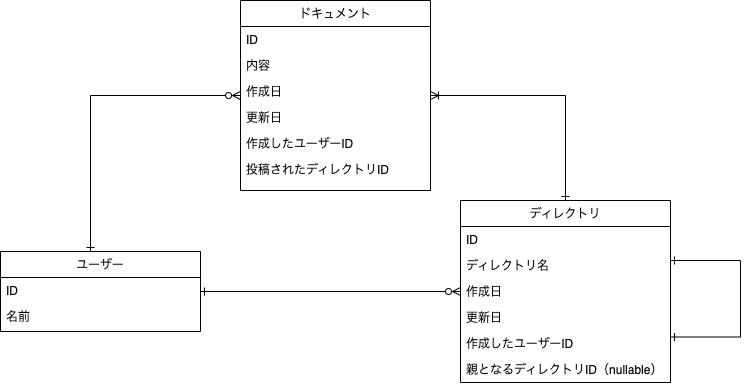
Earlier version of the draw.io export db/db-modeling-3/DB3 Diagram task1.drawio.png (yuikoito/PrAhaChallenge). Source tidied: cells renumbered, new cells last; positions are measured from the earlier drawing's top-left corner, leaving out a move shared by most shapes. Its diagram source:
```xml
<mxGraphModel>
  <root>
    <mxCell id="0" />
    <mxCell id="1" parent="0" />
    <mxCell id="2" style="edgeStyle=orthogonalEdgeStyle;rounded=0;jettySize=auto;html=1;startArrow=ERone;startFill=0;endArrow=ERzeroToMany;endFill=0;" parent="1" edge="1" source="4" target="15">
      <mxGeometry relative="1" as="geometry" />
    </mxCell>
    <mxCell id="3" style="edgeStyle=orthogonalEdgeStyle;rounded=0;jettySize=auto;html=1;startArrow=ERone;startFill=0;endArrow=ERzeroToMany;endFill=0;" parent="1" edge="1" source="4" target="8">
      <mxGeometry relative="1" as="geometry">
        <Array as="points">
          <mxPoint x="90" y="95" />
        </Array>
      </mxGeometry>
    </mxCell>
    <mxCell id="4" value="ユーザー" style="swimlane;fontStyle=0;align=center;verticalAlign=top;horizontal=1;startSize=26;rounded=0;shadow=0;strokeWidth=1;" parent="1" vertex="1">
      <mxGeometry y="251" width="200" height="80" as="geometry" />
    </mxCell>
    <mxCell id="5" value="ID" style="text;align=left;verticalAlign=top;spacingLeft=4;spacingRight=4;overflow=hidden;" parent="4" vertex="1">
      <mxGeometry y="26" width="200" height="26" as="geometry" />
    </mxCell>
    <mxCell id="6" value="名前" style="text;align=left;verticalAlign=top;spacingLeft=4;spacingRight=4;overflow=hidden;rounded=0;shadow=0;html=0;" parent="4" vertex="1">
      <mxGeometry y="52" width="200" height="26" as="geometry" />
    </mxCell>
    <mxCell id="7" style="edgeStyle=orthogonalEdgeStyle;rounded=0;jettySize=auto;html=1;startArrow=ERoneToMany;startFill=0;endArrow=ERone;endFill=0;" parent="1" edge="1" source="8" target="15">
      <mxGeometry relative="1" as="geometry" />
    </mxCell>
    <mxCell id="8" value="ドキュメント" style="swimlane;fontStyle=0;align=center;verticalAlign=top;horizontal=1;startSize=26;rounded=0;shadow=0;strokeWidth=1;" parent="1" vertex="1">
      <mxGeometry x="240" width="190" height="190" as="geometry" />
    </mxCell>
    <mxCell id="9" value="ID" style="text;align=left;verticalAlign=top;spacingLeft=4;spacingRight=4;overflow=hidden;" parent="8" vertex="1">
      <mxGeometry y="26" width="190" height="26" as="geometry" />
    </mxCell>
    <mxCell id="10" value="内容" style="text;align=left;verticalAlign=top;spacingLeft=4;spacingRight=4;overflow=hidden;" parent="8" vertex="1">
      <mxGeometry y="52" width="190" height="26" as="geometry" />
    </mxCell>
    <mxCell id="11" value="作成日" style="text;align=left;verticalAlign=top;spacingLeft=4;spacingRight=4;overflow=hidden;rounded=0;shadow=0;html=0;" parent="8" vertex="1">
      <mxGeometry y="78" width="190" height="26" as="geometry" />
    </mxCell>
    <mxCell id="12" value="更新日&#10;" style="text;align=left;verticalAlign=top;spacingLeft=4;spacingRight=4;overflow=hidden;rounded=0;shadow=0;html=0;" parent="8" vertex="1">
      <mxGeometry y="104" width="190" height="26" as="geometry" />
    </mxCell>
    <mxCell id="13" value="作成したユーザーID" style="text;align=left;verticalAlign=top;spacingLeft=4;spacingRight=4;overflow=hidden;" parent="8" vertex="1">
      <mxGeometry y="130" width="190" height="26" as="geometry" />
    </mxCell>
    <mxCell id="14" value="投稿されたディレクトリID" style="text;align=left;verticalAlign=top;spacingLeft=4;spacingRight=4;overflow=hidden;" parent="8" vertex="1">
      <mxGeometry y="156" width="190" height="30" as="geometry" />
    </mxCell>
    <mxCell id="15" value="ディレクトリ" style="swimlane;fontStyle=0;align=center;verticalAlign=top;horizontal=1;startSize=26;rounded=0;shadow=0;strokeWidth=1;" parent="1" vertex="1">
      <mxGeometry x="460" y="200" width="210" height="182" as="geometry" />
    </mxCell>
    <mxCell id="16" value="ID" style="text;align=left;verticalAlign=top;spacingLeft=4;spacingRight=4;overflow=hidden;" parent="15" vertex="1">
      <mxGeometry y="26" width="210" height="26" as="geometry" />
    </mxCell>
    <mxCell id="17" value="ディレクトリ名" style="text;align=left;verticalAlign=top;spacingLeft=4;spacingRight=4;overflow=hidden;" parent="15" vertex="1">
      <mxGeometry y="52" width="210" height="26" as="geometry" />
    </mxCell>
    <mxCell id="18" value="作成日" style="text;align=left;verticalAlign=top;spacingLeft=4;spacingRight=4;overflow=hidden;rounded=0;shadow=0;html=0;" parent="15" vertex="1">
      <mxGeometry y="78" width="210" height="26" as="geometry" />
    </mxCell>
    <mxCell id="19" value="更新日&#10;" style="text;align=left;verticalAlign=top;spacingLeft=4;spacingRight=4;overflow=hidden;rounded=0;shadow=0;html=0;" parent="15" vertex="1">
      <mxGeometry y="104" width="210" height="26" as="geometry" />
    </mxCell>
    <mxCell id="20" value="作成したユーザーID" style="text;align=left;verticalAlign=top;spacingLeft=4;spacingRight=4;overflow=hidden;" parent="15" vertex="1">
      <mxGeometry y="130" width="210" height="26" as="geometry" />
    </mxCell>
    <mxCell id="21" value="親となるディレクトリID（nullable）" style="text;align=left;verticalAlign=top;spacingLeft=4;spacingRight=4;overflow=hidden;" parent="15" vertex="1">
      <mxGeometry y="156" width="210" height="26" as="geometry" />
    </mxCell>
    <mxCell id="22" style="edgeStyle=orthogonalEdgeStyle;rounded=0;orthogonalLoop=1;jettySize=auto;html=1;entryX=1;entryY=0.75;entryDx=0;entryDy=0;startArrow=ERone;startFill=0;endArrow=ERone;endFill=0;" parent="1" edge="1" source="15" target="15">
      <mxGeometry relative="1" as="geometry">
        <Array as="points">
          <mxPoint x="740" y="260" />
          <mxPoint x="740" y="337" />
        </Array>
      </mxGeometry>
    </mxCell>
  </root>
</mxGraphModel>
```
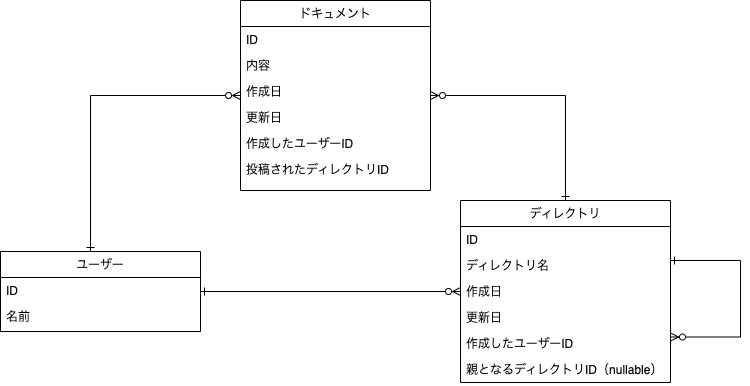
After the commit.

What changed in the source:
```diff
@@ -21,7 +21,7 @@
     <mxCell id="6" value="名前" style="text;align=left;verticalAlign=top;spacingLeft=4;spacingRight=4;overflow=hidden;rounded=0;shadow=0;html=0;" parent="4" vertex="1">
       <mxGeometry y="52" width="200" height="26" as="geometry" />
     </mxCell>
-    <mxCell id="7" style="edgeStyle=orthogonalEdgeStyle;rounded=0;jettySize=auto;html=1;startArrow=ERoneToMany;startFill=0;endArrow=ERone;endFill=0;" parent="1" edge="1" source="8" target="15">
+    <mxCell id="7" style="edgeStyle=orthogonalEdgeStyle;rounded=0;jettySize=auto;html=1;startArrow=ERzeroToMany;startFill=0;endArrow=ERone;endFill=0;" parent="1" edge="1" source="8" target="15">
       <mxGeometry relative="1" as="geometry" />
     </mxCell>
     <mxCell id="8" value="ドキュメント" style="swimlane;fontStyle=0;align=center;verticalAlign=top;horizontal=1;startSize=26;rounded=0;shadow=0;strokeWidth=1;" parent="1" vertex="1">
@@ -66,7 +66,7 @@
     <mxCell id="21" value="親となるディレクトリID（nullable）" style="text;align=left;verticalAlign=top;spacingLeft=4;spacingRight=4;overflow=hidden;" parent="15" vertex="1">
       <mxGeometry y="156" width="210" height="26" as="geometry" />
     </mxCell>
-    <mxCell id="22" style="edgeStyle=orthogonalEdgeStyle;rounded=0;orthogonalLoop=1;jettySize=auto;html=1;entryX=1;entryY=0.75;entryDx=0;entryDy=0;startArrow=ERone;startFill=0;endArrow=ERone;endFill=0;" parent="1" edge="1" source="15" target="15">
+    <mxCell id="22" style="edgeStyle=orthogonalEdgeStyle;rounded=0;orthogonalLoop=1;jettySize=auto;html=1;entryX=1;entryY=0.75;entryDx=0;entryDy=0;startArrow=ERone;startFill=0;endArrow=ERzeroToMany;endFill=0;" parent="1" edge="1" source="15" target="15">
       <mxGeometry relative="1" as="geometry">
         <Array as="points">
           <mxPoint x="740" y="260" />
```
